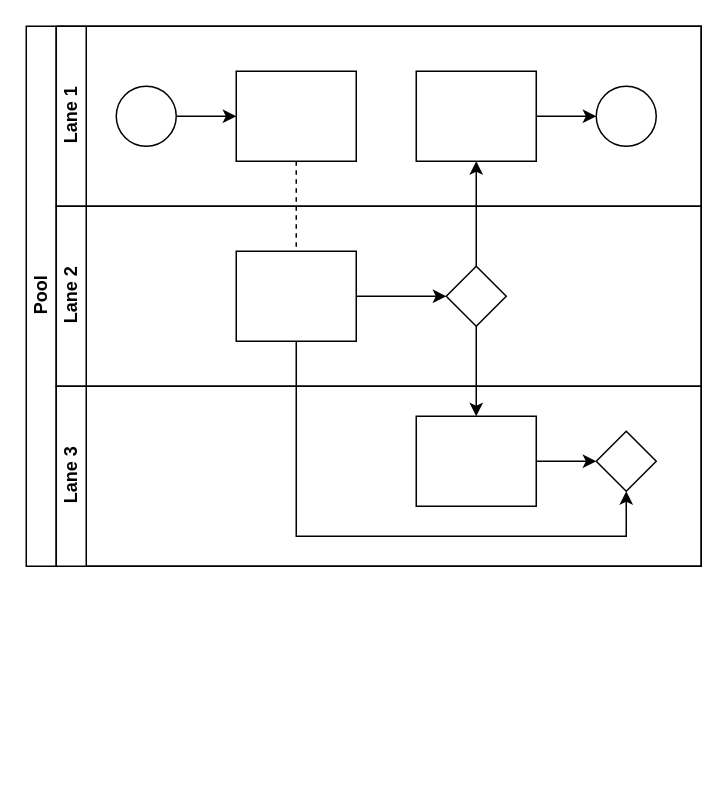
This is 未命名绘图.drawio from shuairongzeng/yoloWinRandom, a draw.io file, before an edit. Source tidied: cells renumbered, new cells numbered last; positions are measured from the earlier drawing's top-left corner, leaving out a move shared by most shapes. Both pictures are drawn from the tidied source at 150%, with x=0, y=0 at pixel (26, 26).
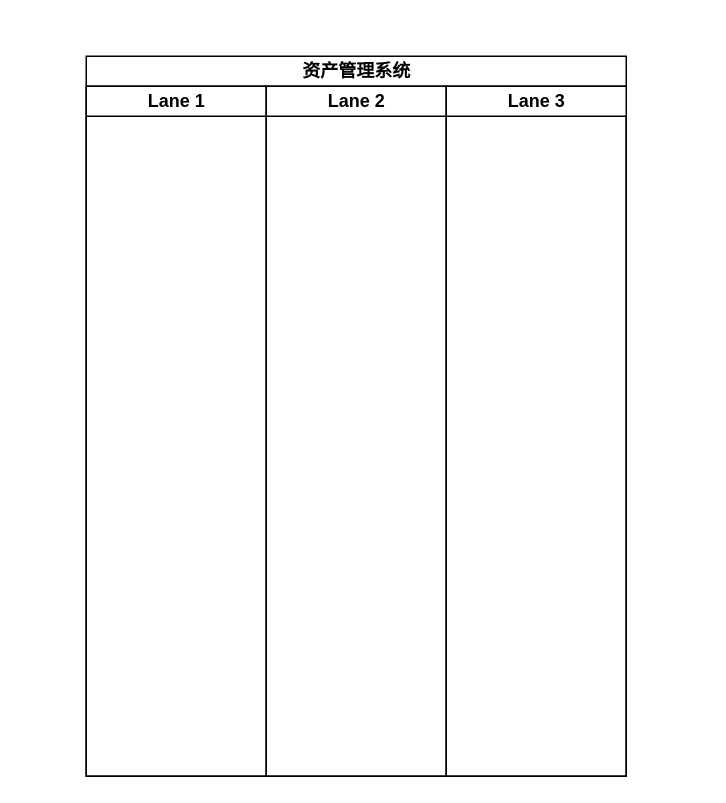
The same diagram, later.

Commit message (it also covers changes not shown here):
资产管理系统.drawio

What changed in the source:
```diff
@@
-    <mxCell id="2" value="Pool" style="swimlane;html=1;horizontal=0;startSize=20;" parent="1" vertex="1">
-      <mxGeometry width="450" height="360" as="geometry" />
-    </mxCell>
-    <mxCell id="3" style="edgeStyle=orthogonalEdgeStyle;rounded=0;jettySize=auto;html=1;dashed=1;endArrow=none;endFill=0;" parent="2" edge="1" source="10" target="16">
-      <mxGeometry relative="1" as="geometry" />
-    </mxCell>
-    <mxCell id="4" style="edgeStyle=orthogonalEdgeStyle;rounded=0;jettySize=auto;html=1;endArrow=classic;endFill=1;" parent="2" edge="1" source="17" target="12">
-      <mxGeometry relative="1" as="geometry" />
-    </mxCell>
-    <mxCell id="5" style="edgeStyle=orthogonalEdgeStyle;rounded=0;jettySize=auto;html=1;endArrow=classic;endFill=1;" parent="2" edge="1" source="17" target="20">
-      <mxGeometry relative="1" as="geometry" />
-    </mxCell>
-    <mxCell id="6" style="edgeStyle=orthogonalEdgeStyle;rounded=0;jettySize=auto;html=1;endArrow=classic;endFill=1;" parent="2" edge="1" source="16" target="21">
-      <mxGeometry relative="1" as="geometry">
-        <Array as="points">
-          <mxPoint x="180" y="340" />
-          <mxPoint x="400" y="340" />
-        </Array>
-      </mxGeometry>
-    </mxCell>
+    <mxCell id="22" value="资产管理系统" style="swimlane;startSize=20;html=1;" parent="1" vertex="1">
+      <mxGeometry x="40" y="20" width="360" height="480" as="geometry" />
+    </mxCell>
-    <mxCell id="7" value="Lane 1" style="swimlane;html=1;startSize=20;horizontal=0;" parent="2" vertex="1">
-      <mxGeometry x="20" width="430" height="120" as="geometry" />
+    <mxCell id="7" value="Lane 1" style="swimlane;startSize=20;html=1;" parent="22" vertex="1">
+      <mxGeometry y="20" width="120" height="460" as="geometry" />
     </mxCell>
-    <mxCell id="8" style="edgeStyle=orthogonalEdgeStyle;rounded=0;jettySize=auto;html=1;" parent="7" edge="1" source="9" target="10">
-      <mxGeometry relative="1" as="geometry" />
-    </mxCell>
-    <mxCell id="9" style="ellipse;whiteSpace=wrap;html=1;" parent="7" vertex="1">
-      <mxGeometry x="40" y="40" width="40" height="40" as="geometry" />
-    </mxCell>
-    <mxCell id="10" style="rounded=0;whiteSpace=wrap;html=1;fontFamily=Helvetica;fontSize=12;fontColor=#000000;align=center;" parent="7" vertex="1">
-      <mxGeometry x="120" y="30" width="80" height="60" as="geometry" />
-    </mxCell>
-    <mxCell id="11" style="edgeStyle=orthogonalEdgeStyle;rounded=0;jettySize=auto;html=1;endArrow=classic;endFill=1;" parent="7" edge="1" source="12" target="13">
-      <mxGeometry relative="1" as="geometry" />
-    </mxCell>
-    <mxCell id="12" style="rounded=0;whiteSpace=wrap;html=1;fontFamily=Helvetica;fontSize=12;fontColor=#000000;align=center;" parent="7" vertex="1">
-      <mxGeometry x="240" y="30" width="80" height="60" as="geometry" />
-    </mxCell>
-    <mxCell id="13" style="ellipse;whiteSpace=wrap;html=1;" parent="7" vertex="1">
-      <mxGeometry x="360" y="40" width="40" height="40" as="geometry" />
-    </mxCell>
-    <mxCell id="14" value="Lane 2" style="swimlane;html=1;startSize=20;horizontal=0;" parent="2" vertex="1">
-      <mxGeometry x="20" y="120" width="430" height="120" as="geometry" />
+    <mxCell id="14" value="Lane 2" style="swimlane;startSize=20;html=1;" parent="22" vertex="1">
+      <mxGeometry x="120" y="20" width="120" height="460" as="geometry" />
     </mxCell>
-    <mxCell id="15" style="edgeStyle=orthogonalEdgeStyle;rounded=0;jettySize=auto;html=1;endArrow=classic;endFill=1;" parent="14" edge="1" source="16" target="17">
-      <mxGeometry relative="1" as="geometry" />
-    </mxCell>
-    <mxCell id="16" style="rounded=0;whiteSpace=wrap;html=1;fontFamily=Helvetica;fontSize=12;fontColor=#000000;align=center;" parent="14" vertex="1">
-      <mxGeometry x="120" y="30" width="80" height="60" as="geometry" />
-    </mxCell>
-    <mxCell id="17" style="rhombus;whiteSpace=wrap;html=1;fontFamily=Helvetica;fontSize=12;fontColor=#000000;align=center;" parent="14" vertex="1">
-      <mxGeometry x="260" y="40" width="40" height="40" as="geometry" />
-    </mxCell>
-    <mxCell id="18" value="Lane 3" style="swimlane;html=1;startSize=20;horizontal=0;" parent="2" vertex="1">
-      <mxGeometry x="20" y="240" width="430" height="120" as="geometry" />
+    <mxCell id="18" value="Lane 3" style="swimlane;startSize=20;html=1;" parent="22" vertex="1">
+      <mxGeometry x="240" y="20" width="120" height="460" as="geometry" />
     </mxCell>
-    <mxCell id="19" style="edgeStyle=orthogonalEdgeStyle;rounded=0;jettySize=auto;html=1;endArrow=classic;endFill=1;" parent="18" edge="1" source="20" target="21">
-      <mxGeometry relative="1" as="geometry" />
-    </mxCell>
-    <mxCell id="20" style="rounded=0;whiteSpace=wrap;html=1;fontFamily=Helvetica;fontSize=12;fontColor=#000000;align=center;" parent="18" vertex="1">
-      <mxGeometry x="240" y="20" width="80" height="60" as="geometry" />
-    </mxCell>
-    <mxCell id="21" style="rhombus;whiteSpace=wrap;html=1;fontFamily=Helvetica;fontSize=12;fontColor=#000000;align=center;" parent="18" vertex="1">
-      <mxGeometry x="360" y="30" width="40" height="40" as="geometry" />
-    </mxCell>
```
